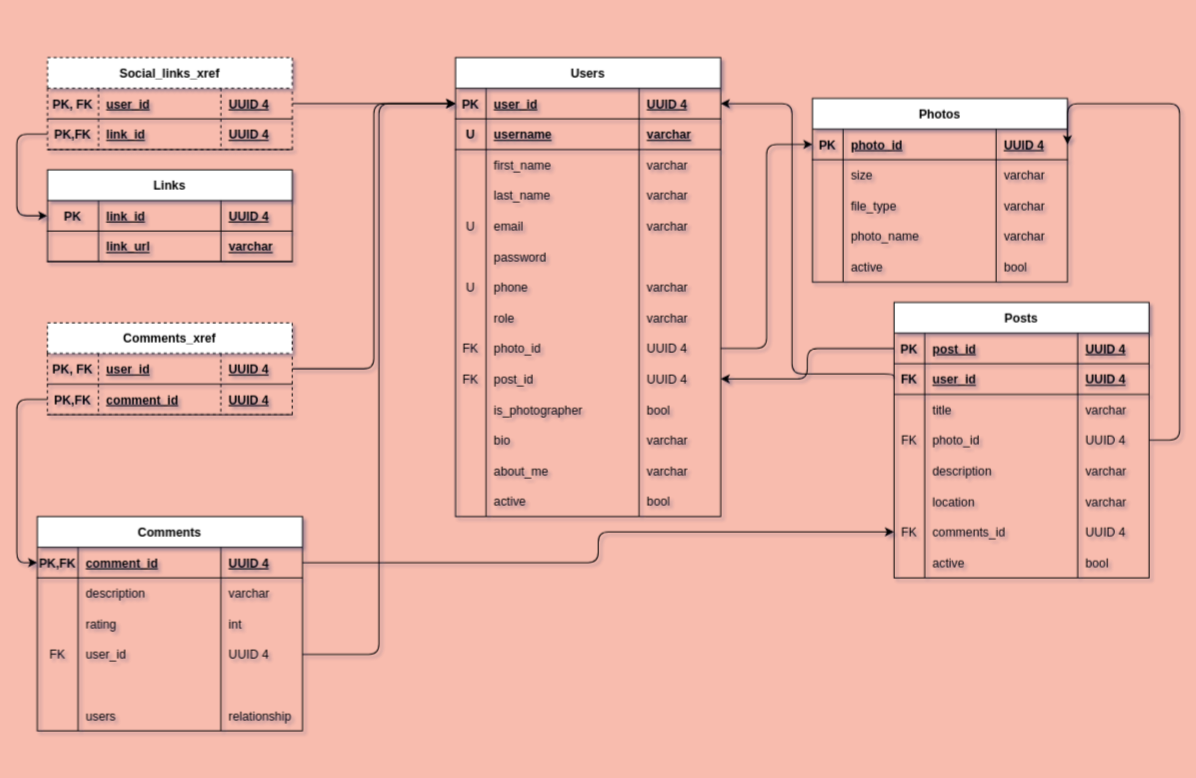
The draw.io diagram erd/erd.drawio in jakeegbert04/BE-capstone, before the edit. Source tidied: cells renumbered, new cells numbered last; positions are measured from the earlier drawing's top-left corner, leaving out a move shared by most shapes. Both pictures are drawn from the tidied source at 102%, with x=0, y=0 at pixel (16, 57).
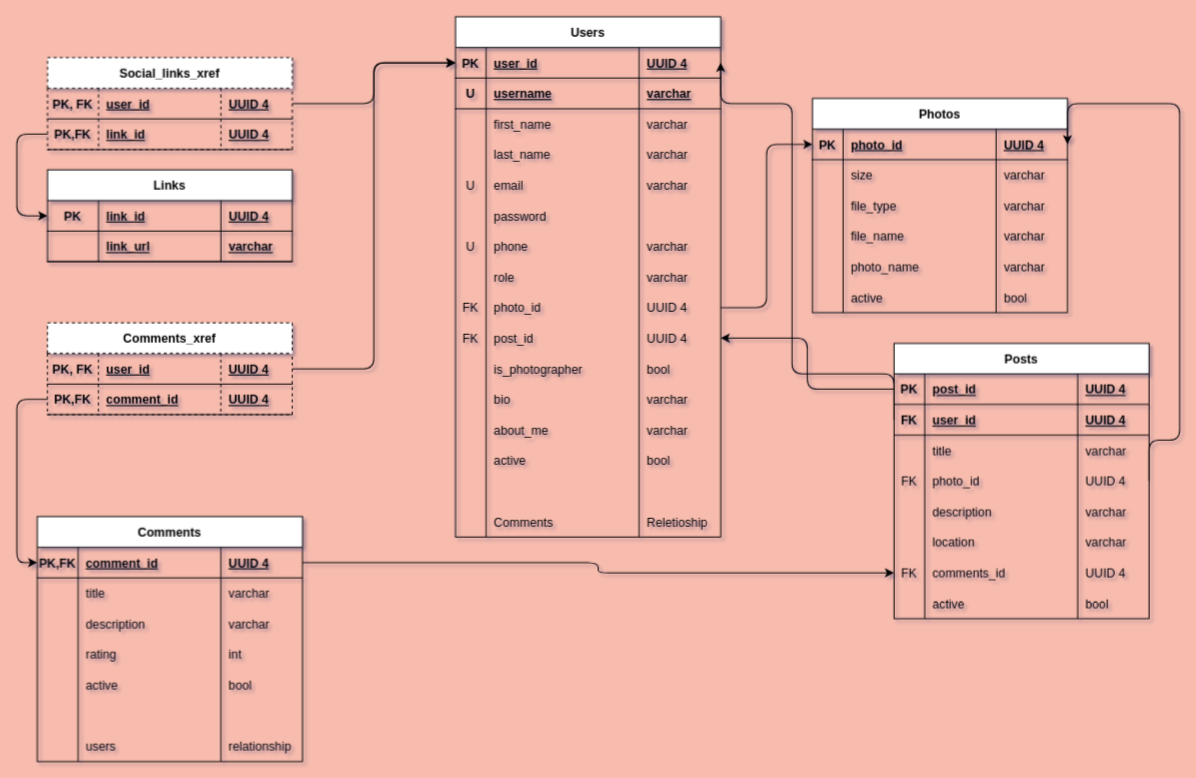
The same page after the edit.

The change refers to these unchanged cells:
```xml
<mxCell id="3" style="shape=tableRow;horizontal=0;startSize=0;swimlaneHead=0;swimlaneBody=0;fillColor=none;points=[[0,0.5],[1,0.5]];portConstraint=eastwest;top=0;left=0;right=0;bottom=1;" parent="2" vertex="1">
  <mxGeometry y="30" width="260" height="30" as="geometry" />
</mxCell>
```

What changed in the source:
```diff
@@
     <mxCell id="2" value="Users" style="shape=table;startSize=30;childLayout=tableLayout;rowLines=0;fontStyle=1;align=center;" parent="1" vertex="1">
-      <mxGeometry x="430" width="260" height="450" as="geometry" />
+      <mxGeometry x="430" y="-40" width="260" height="510" as="geometry" />
     </mxCell>
@@
+    <mxCell id="175" style="shape=tableRow;horizontal=0;startSize=0;swimlaneHead=0;swimlaneBody=0;fillColor=none;top=0;left=0;right=0;bottom=0;" parent="2" vertex="1">
+      <mxGeometry y="450" width="260" height="30" as="geometry" />
+    </mxCell>
+    <mxCell id="176" style="shape=partialRectangle;fillColor=none;top=0;left=0;bottom=0;right=0;overflow=hidden;" parent="175" vertex="1">
+      <mxGeometry width="30" height="30" as="geometry" />
+    </mxCell>
+    <mxCell id="177" style="shape=partialRectangle;fillColor=none;top=0;left=0;bottom=0;right=0;align=left;spacingLeft=6;overflow=hidden;" parent="175" vertex="1">
+      <mxGeometry x="30" width="150" height="30" as="geometry" />
+    </mxCell>
+    <mxCell id="178" style="shape=partialRectangle;fillColor=none;top=0;left=0;bottom=0;right=0;align=left;spacingLeft=6;overflow=hidden;" parent="175" vertex="1">
+      <mxGeometry x="180" width="80" height="30" as="geometry" />
+    </mxCell>
+    <mxCell id="179" style="shape=tableRow;horizontal=0;startSize=0;swimlaneHead=0;swimlaneBody=0;fillColor=none;top=0;left=0;right=0;bottom=0;" parent="2" vertex="1">
+      <mxGeometry y="480" width="260" height="30" as="geometry" />
+    </mxCell>
+    <mxCell id="180" style="shape=partialRectangle;fillColor=none;top=0;left=0;bottom=0;right=0;overflow=hidden;" parent="179" vertex="1">
+      <mxGeometry width="30" height="30" as="geometry" />
+    </mxCell>
+    <mxCell id="181" value="Comments" style="shape=partialRectangle;fillColor=none;top=0;left=0;bottom=0;right=0;align=left;spacingLeft=6;overflow=hidden;" parent="179" vertex="1">
+      <mxGeometry x="30" width="150" height="30" as="geometry" />
+    </mxCell>
+    <mxCell id="182" value="Reletioship" style="shape=partialRectangle;fillColor=none;top=0;left=0;bottom=0;right=0;align=left;spacingLeft=6;overflow=hidden;" parent="179" vertex="1">
+      <mxGeometry x="180" width="80" height="30" as="geometry" />
+    </mxCell>
     <mxCell id="59" value="Photos" style="shape=table;startSize=30;childLayout=tableLayout;rowLines=0;fontStyle=1;align=center;" parent="1" vertex="1">
-      <mxGeometry x="780" y="40" width="250" height="180" as="geometry" />
+      <mxGeometry x="780" y="40" width="250" height="210" as="geometry" />
     </mxCell>
@@
+    <mxCell id="183" style="shape=tableRow;horizontal=0;startSize=0;swimlaneHead=0;swimlaneBody=0;fillColor=none;top=0;left=0;right=0;bottom=0;" parent="59" vertex="1">
+      <mxGeometry y="120" width="250" height="30" as="geometry" />
+    </mxCell>
+    <mxCell id="184" style="shape=partialRectangle;fillColor=none;top=0;left=0;bottom=0;right=0;overflow=hidden;" parent="183" vertex="1">
+      <mxGeometry width="30" height="30" as="geometry" />
+    </mxCell>
+    <mxCell id="185" value="file_name" style="shape=partialRectangle;fillColor=none;top=0;left=0;bottom=0;right=0;align=left;spacingLeft=6;overflow=hidden;" parent="183" vertex="1">
+      <mxGeometry x="30" width="150" height="30" as="geometry" />
+    </mxCell>
+    <mxCell id="186" value="varchar" style="shape=partialRectangle;fillColor=none;top=0;left=0;bottom=0;right=0;align=left;spacingLeft=6;overflow=hidden;" parent="183" vertex="1">
+      <mxGeometry x="180" width="70" height="30" as="geometry" />
+    </mxCell>
     <mxCell id="72" style="shape=tableRow;horizontal=0;startSize=0;swimlaneHead=0;swimlaneBody=0;fillColor=none;top=0;left=0;right=0;bottom=0;" parent="59" vertex="1">
-      <mxGeometry y="120" width="250" height="30" as="geometry" />
+      <mxGeometry y="150" width="250" height="30" as="geometry" />
     </mxCell>
@@
     <mxCell id="76" style="shape=tableRow;horizontal=0;startSize=0;swimlaneHead=0;swimlaneBody=0;fillColor=none;top=0;left=0;right=0;bottom=0;" parent="59" vertex="1">
-      <mxGeometry y="150" width="250" height="30" as="geometry" />
+      <mxGeometry y="180" width="250" height="30" as="geometry" />
     </mxCell>
@@
     <mxCell id="81" value="Posts" style="shape=table;startSize=30;childLayout=tableLayout;rowLines=0;fontStyle=1;align=center;" parent="1" vertex="1">
-      <mxGeometry x="860" y="240" width="250" height="270" as="geometry" />
+      <mxGeometry x="860" y="280" width="250" height="270" as="geometry" />
     </mxCell>
@@
     <mxCell id="114" value="Comments" style="shape=table;startSize=30;childLayout=tableLayout;rowLines=0;fontStyle=1;align=center;" parent="1" vertex="1">
-      <mxGeometry x="20" y="450" width="260" height="210" as="geometry" />
+      <mxGeometry x="20" y="450" width="260" height="240" as="geometry" />
     </mxCell>
@@
+    <mxCell id="187" style="shape=tableRow;horizontal=0;startSize=0;swimlaneHead=0;swimlaneBody=0;fillColor=none;top=0;left=0;right=0;bottom=0;" parent="114" vertex="1">
+      <mxGeometry y="60" width="260" height="30" as="geometry" />
+    </mxCell>
+    <mxCell id="188" style="shape=partialRectangle;fillColor=none;top=0;left=0;bottom=0;right=0;overflow=hidden;" parent="187" vertex="1">
+      <mxGeometry width="40" height="30" as="geometry" />
+    </mxCell>
+    <mxCell id="189" value="title" style="shape=partialRectangle;fillColor=none;top=0;left=0;bottom=0;right=0;align=left;spacingLeft=6;overflow=hidden;" parent="187" vertex="1">
+      <mxGeometry x="40" width="140" height="30" as="geometry" />
+    </mxCell>
+    <mxCell id="190" value="varchar" style="shape=partialRectangle;fillColor=none;top=0;left=0;bottom=0;right=0;align=left;spacingLeft=6;overflow=hidden;" parent="187" vertex="1">
+      <mxGeometry x="180" width="80" height="30" as="geometry" />
+    </mxCell>
     <mxCell id="119" style="shape=tableRow;horizontal=0;startSize=0;swimlaneHead=0;swimlaneBody=0;fillColor=none;top=0;left=0;right=0;bottom=0;" parent="114" vertex="1">
-      <mxGeometry y="60" width="260" height="30" as="geometry" />
+      <mxGeometry y="90" width="260" height="30" as="geometry" />
     </mxCell>
@@
     <mxCell id="123" style="shape=tableRow;horizontal=0;startSize=0;swimlaneHead=0;swimlaneBody=0;fillColor=none;top=0;left=0;right=0;bottom=0;" parent="114" vertex="1">
-      <mxGeometry y="90" width="260" height="30" as="geometry" />
+      <mxGeometry y="120" width="260" height="30" as="geometry" />
     </mxCell>
@@
-    <mxCell id="127" style="shape=tableRow;horizontal=0;startSize=0;swimlaneHead=0;swimlaneBody=0;fillColor=none;points=[[0,0.5],[1,0.5]];portConstraint=eastwest;top=0;left=0;right=0;bottom=0;" parent="114" vertex="1">
-      <mxGeometry y="120" width="260" height="30" as="geometry" />
-    </mxCell>
-    <mxCell id="128" value="FK" style="shape=partialRectangle;fillColor=none;top=0;left=0;bottom=0;right=0;overflow=hidden;" parent="127" vertex="1">
-      <mxGeometry width="40" height="30" as="geometry" />
-    </mxCell>
-    <mxCell id="129" value="user_id" style="shape=partialRectangle;fillColor=none;top=0;left=0;bottom=0;right=0;align=left;spacingLeft=6;overflow=hidden;" parent="127" vertex="1">
-      <mxGeometry x="40" width="140" height="30" as="geometry" />
-    </mxCell>
-    <mxCell id="130" value="UUID 4" style="shape=partialRectangle;fillColor=none;top=0;left=0;bottom=0;right=0;align=left;spacingLeft=6;overflow=hidden;" parent="127" vertex="1">
-      <mxGeometry x="180" width="80" height="30" as="geometry" />
-    </mxCell>
+    <mxCell id="191" style="shape=tableRow;horizontal=0;startSize=0;swimlaneHead=0;swimlaneBody=0;fillColor=none;top=0;left=0;right=0;bottom=0;" parent="114" vertex="1">
+      <mxGeometry y="150" width="260" height="30" as="geometry" />
+    </mxCell>
+    <mxCell id="192" style="shape=partialRectangle;fillColor=none;top=0;left=0;bottom=0;right=0;overflow=hidden;" parent="191" vertex="1">
+      <mxGeometry width="40" height="30" as="geometry" />
+    </mxCell>
+    <mxCell id="193" value="active" style="shape=partialRectangle;fillColor=none;top=0;left=0;bottom=0;right=0;align=left;spacingLeft=6;overflow=hidden;" parent="191" vertex="1">
+      <mxGeometry x="40" width="140" height="30" as="geometry" />
+    </mxCell>
+    <mxCell id="194" value="bool" style="shape=partialRectangle;fillColor=none;top=0;left=0;bottom=0;right=0;align=left;spacingLeft=6;overflow=hidden;" parent="191" vertex="1">
+      <mxGeometry x="180" width="80" height="30" as="geometry" />
+    </mxCell>
     <mxCell id="131" style="shape=tableRow;horizontal=0;startSize=0;swimlaneHead=0;swimlaneBody=0;fillColor=none;top=0;left=0;right=0;bottom=0;" parent="114" vertex="1">
-      <mxGeometry y="150" width="260" height="30" as="geometry" />
+      <mxGeometry y="180" width="260" height="30" as="geometry" />
     </mxCell>
@@
     <mxCell id="135" style="shape=tableRow;horizontal=0;startSize=0;swimlaneHead=0;swimlaneBody=0;fillColor=none;top=0;left=0;right=0;bottom=0;" parent="114" vertex="1">
-      <mxGeometry y="180" width="260" height="30" as="geometry" />
+      <mxGeometry y="210" width="260" height="30" as="geometry" />
     </mxCell>
@@
-    <mxCell id="172" style="edgeStyle=orthogonalEdgeStyle;html=1;exitX=1;exitY=0.5;exitDx=0;exitDy=0;entryX=0;entryY=0.5;entryDx=0;entryDy=0;elbow=vertical;" parent="1" edge="1" source="127" target="3">
+    <mxCell id="172" style="edgeStyle=orthogonalEdgeStyle;html=1;exitX=1;exitY=0.5;exitDx=0;exitDy=0;entryX=0;entryY=0.5;entryDx=0;entryDy=0;elbow=vertical;" parent="1" edge="1" target="3">
       <mxGeometry relative="1" as="geometry" />
     </mxCell>
```
